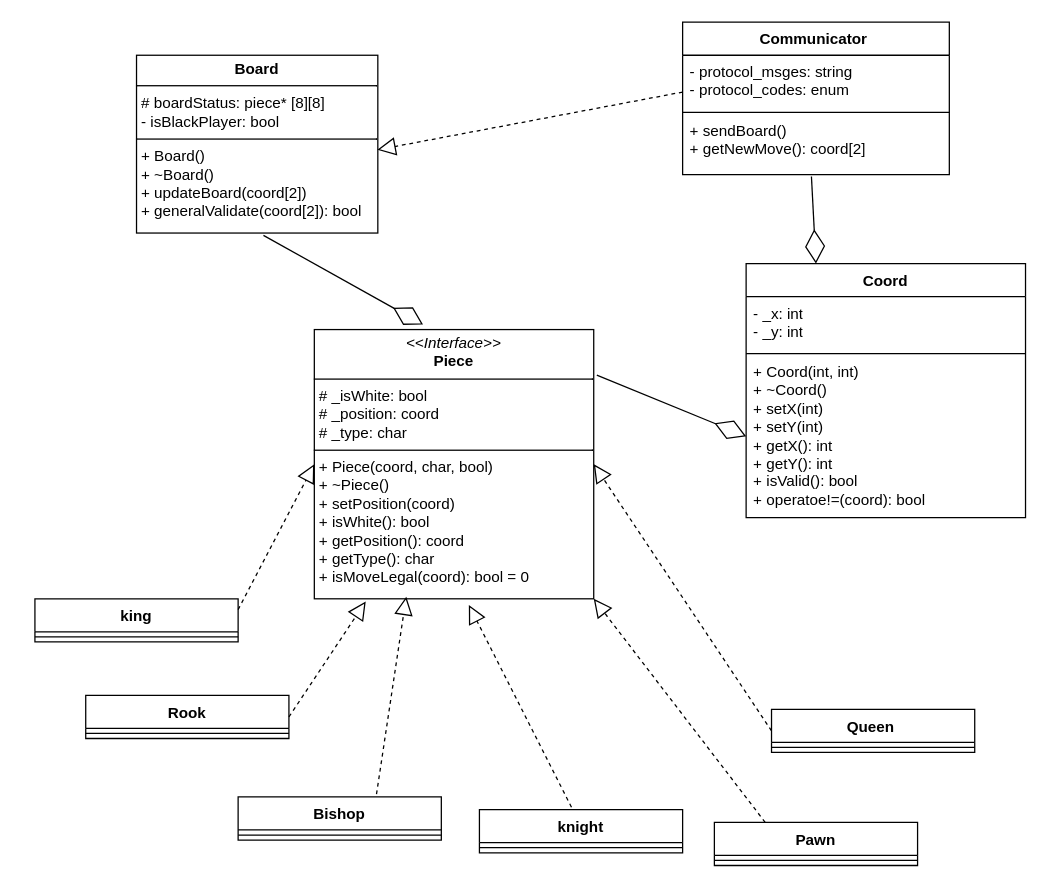
Above: ChessGame_frontend_UML.drawio in ShonPis1/ChessTeam4 (draw.io), before the change. Source tidied: cells renumbered, new cells numbered last; positions are measured from the earlier drawing's top-left corner, leaving out a move shared by most shapes. Both pictures are drawn from the tidied source at 127%, with x=0, y=0 at pixel (34, 22).
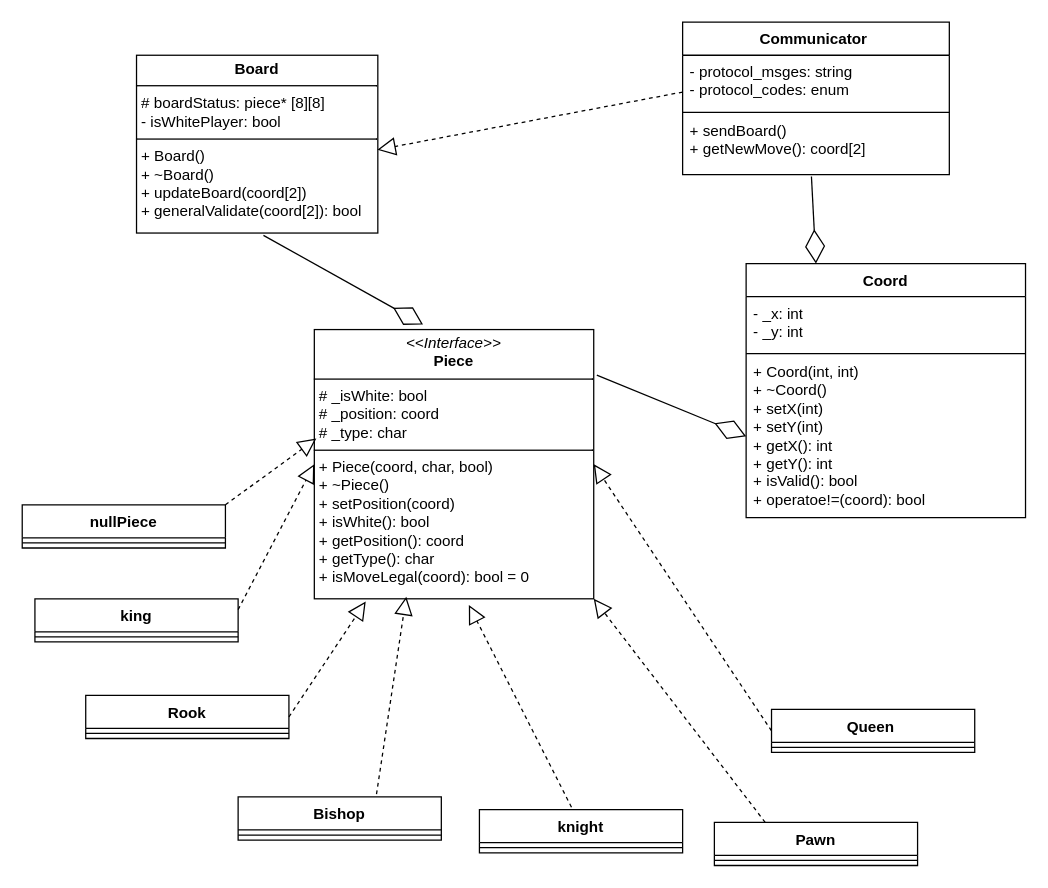
The same diagram, later.

Commit message:
fix: updated Piece class and NullPiece class in the UML diagram

The change refers to these unchanged cells:
```xml
<mxCell id="2" value="&lt;p style=&quot;margin:0px;margin-top:4px;text-align:center;&quot;&gt;&lt;i&gt;&amp;lt;&amp;lt;Interface&amp;gt;&amp;gt;&lt;/i&gt;&lt;br&gt;&lt;b&gt;Piece&lt;/b&gt;&lt;/p&gt;&lt;hr size=&quot;1&quot; style=&quot;border-style:solid;&quot;&gt;&lt;p style=&quot;margin:0px;margin-left:4px;&quot;&gt;# _isWhite: bool&lt;br&gt;# _position: coord&lt;/p&gt;&lt;p style=&quot;margin:0px;margin-left:4px;&quot;&gt;# _type: char&lt;/p&gt;&lt;hr size=&quot;1&quot; style=&quot;border-style:solid;&quot;&gt;&lt;p style=&quot;margin:0px;margin-left:4px;&quot;&gt;+ Piece(coord, char, bool)&lt;/p&gt;&lt;p style=&quot;margin:0px;margin-left:4px;&quot;&gt;+ ~Piece()&lt;/p&gt;&lt;p style=&quot;margin:0px;margin-left:4px;&quot;&gt;+ setPosition(coord)&lt;/p&gt;&lt;p style=&quot;margin:0px;margin-left:4px;&quot;&gt;+ isWhite(): bool&lt;/p&gt;&lt;p style=&quot;margin:0px;margin-left:4px;&quot;&gt;+ getPosition(): coord&lt;/p&gt;&lt;p style=&quot;margin:0px;margin-left:4px;&quot;&gt;+ getType(): char&amp;nbsp;&lt;/p&gt;&lt;p style=&quot;margin:0px;margin-left:4px;&quot;&gt;+ isMoveLegal(coord): bool = 0&lt;/p&gt;&lt;p style=&quot;margin:0px;margin-left:4px;&quot;&gt;&lt;br&gt;&lt;/p&gt;" style="verticalAlign=top;align=left;overflow=fill;html=1;whiteSpace=wrap;" parent="1" vertex="1">
  <mxGeometry x="220" y="242" width="220" height="212" as="geometry" />
</mxCell>
```

Change to the diagram source:
```diff
@@
-    <mxCell id="3" value="&lt;p style=&quot;margin:0px;margin-top:4px;text-align:center;&quot;&gt;&lt;b&gt;Board&lt;/b&gt;&lt;/p&gt;&lt;hr size=&quot;1&quot; style=&quot;border-style:solid;&quot;&gt;&lt;p style=&quot;margin:0px;margin-left:4px;&quot;&gt;# boardStatus: piece* [8][8]&lt;/p&gt;&lt;p style=&quot;margin:0px;margin-left:4px;&quot;&gt;- isBlackPlayer: bool&lt;/p&gt;&lt;hr size=&quot;1&quot; style=&quot;border-style:solid;&quot;&gt;&lt;p style=&quot;margin:0px;margin-left:4px;&quot;&gt;+ Board()&lt;/p&gt;&lt;p style=&quot;margin:0px;margin-left:4px;&quot;&gt;+ ~Board()&lt;/p&gt;&lt;p style=&quot;margin:0px;margin-left:4px;&quot;&gt;+ updateBoard(coord[2])&lt;/p&gt;&lt;p style=&quot;margin:0px;margin-left:4px;&quot;&gt;+ generalValidate(coord[2]): bool&lt;/p&gt;&lt;p style=&quot;margin:0px;margin-left:4px;&quot;&gt;&lt;br&gt;&lt;/p&gt;&lt;p style=&quot;margin:0px;margin-left:4px;&quot;&gt;&lt;br&gt;&lt;/p&gt;" style="verticalAlign=top;align=left;overflow=fill;html=1;whiteSpace=wrap;" parent="1" vertex="1">
+    <mxCell id="3" value="&lt;p style=&quot;margin:0px;margin-top:4px;text-align:center;&quot;&gt;&lt;b&gt;Board&lt;/b&gt;&lt;/p&gt;&lt;hr size=&quot;1&quot; style=&quot;border-style:solid;&quot;&gt;&lt;p style=&quot;margin:0px;margin-left:4px;&quot;&gt;# boardStatus: piece* [8][8]&lt;/p&gt;&lt;p style=&quot;margin:0px;margin-left:4px;&quot;&gt;- isWhitePlayer: bool&lt;/p&gt;&lt;hr size=&quot;1&quot; style=&quot;border-style:solid;&quot;&gt;&lt;p style=&quot;margin:0px;margin-left:4px;&quot;&gt;+ Board()&lt;/p&gt;&lt;p style=&quot;margin:0px;margin-left:4px;&quot;&gt;+ ~Board()&lt;/p&gt;&lt;p style=&quot;margin:0px;margin-left:4px;&quot;&gt;+ updateBoard(coord[2])&lt;/p&gt;&lt;p style=&quot;margin:0px;margin-left:4px;&quot;&gt;+ generalValidate(coord[2]): bool&lt;/p&gt;&lt;p style=&quot;margin:0px;margin-left:4px;&quot;&gt;&lt;br&gt;&lt;/p&gt;&lt;p style=&quot;margin:0px;margin-left:4px;&quot;&gt;&lt;br&gt;&lt;/p&gt;" style="verticalAlign=top;align=left;overflow=fill;html=1;whiteSpace=wrap;" parent="1" vertex="1">
       <mxGeometry x="80" y="26" width="190" height="140" as="geometry" />
     </mxCell>
@@
+    <mxCell id="34" value="nullPiece" style="swimlane;fontStyle=1;align=center;verticalAlign=top;horizontal=1;startSize=26;whiteSpace=wrap;html=1;" parent="1" vertex="1">
+      <mxGeometry x="-10" y="380" width="160" height="34" as="geometry" />
+    </mxCell>
+    <mxCell id="35" style="line;strokeWidth=1;fillColor=none;align=left;verticalAlign=middle;spacingTop=-1;spacingLeft=3;spacingRight=3;labelPosition=right;strokeColor=inherit;" parent="34" vertex="1">
+      <mxGeometry y="26" width="160" height="8" as="geometry" />
+    </mxCell>
+    <mxCell id="36" style="endArrow=block;dashed=1;endFill=0;endSize=12;html=1;rounded=0;entryX=0.007;entryY=0.405;entryDx=0;entryDy=0;exitX=1;exitY=0.25;exitDx=0;exitDy=0;entryPerimeter=0;" parent="1" edge="1" target="2">
+      <mxGeometry relative="1" as="geometry">
+        <mxPoint x="150" y="380" as="sourcePoint" />
+      </mxGeometry>
+    </mxCell>
```
